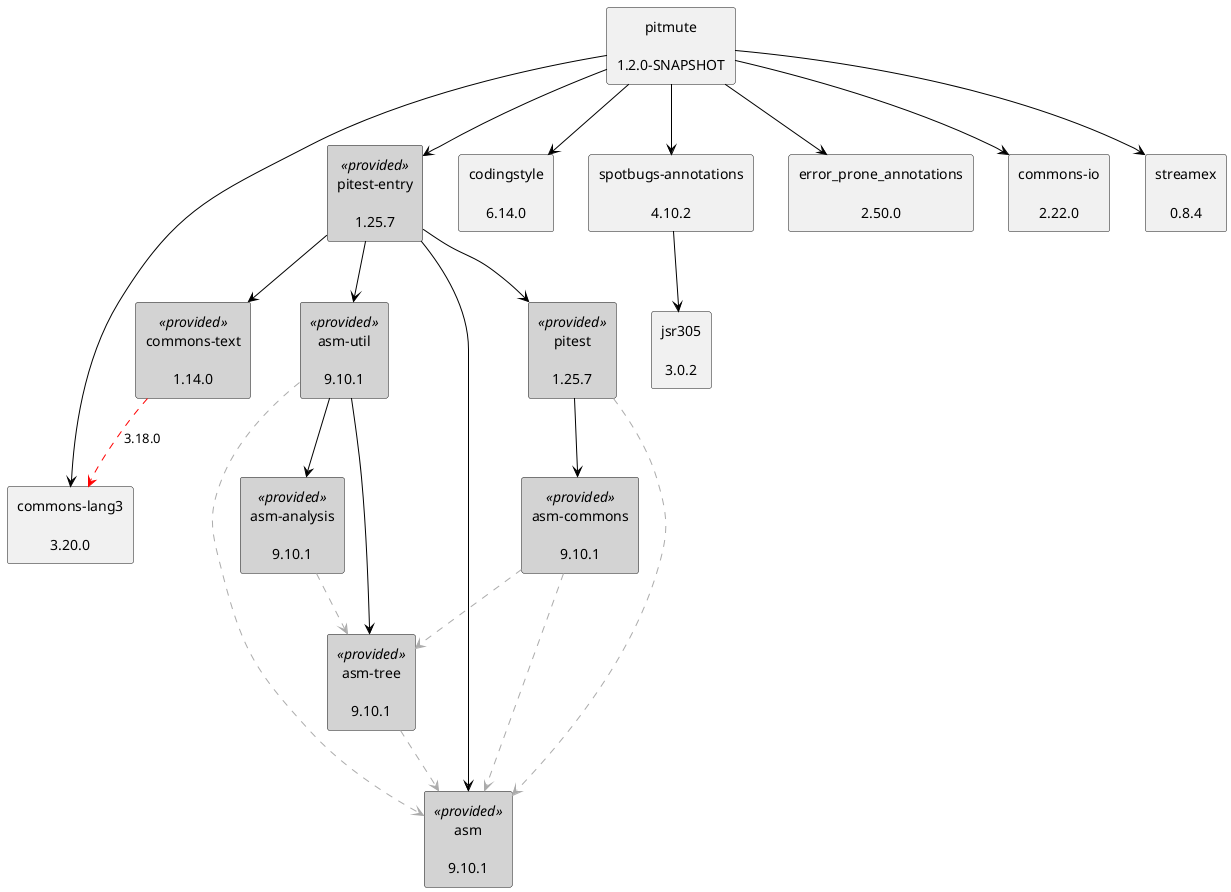
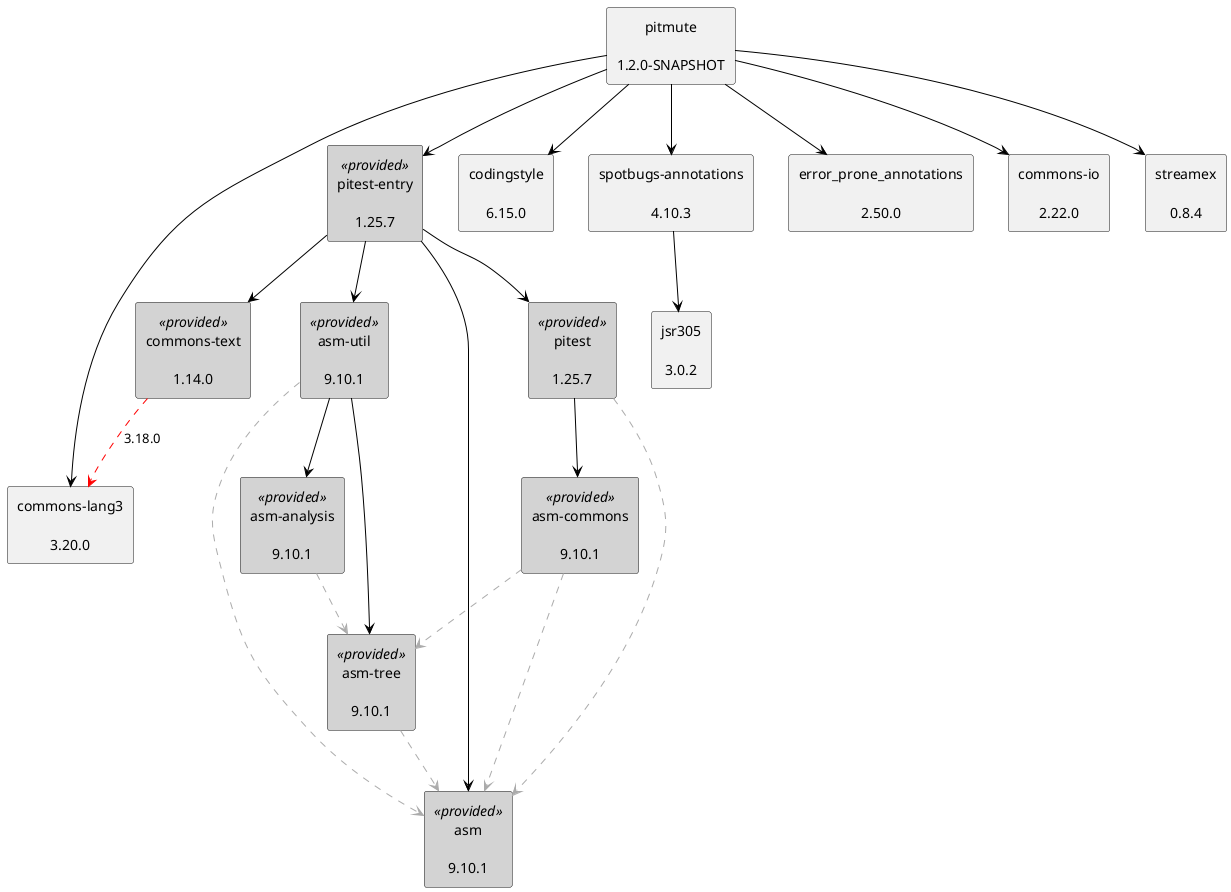
@startuml
skinparam defaultTextAlignment center
skinparam rectangle {
  BackgroundColor<<optional>> beige
  BackgroundColor<<test>> lightGreen
  BackgroundColor<<runtime>> lightBlue
  BackgroundColor<<provided>> lightGray
}
rectangle "pitest\n\n1.25.7" as org_pitest_pitest_jar<<provided>>
rectangle "asm\n\n9.10.1" as org_ow2_asm_asm_jar<<provided>>
rectangle "asm-commons\n\n9.10.1" as org_ow2_asm_asm_commons_jar<<provided>>
rectangle "asm-tree\n\n9.10.1" as org_ow2_asm_asm_tree_jar<<provided>>
rectangle "pitest-entry\n\n1.25.7" as org_pitest_pitest_entry_jar<<provided>>
rectangle "asm-util\n\n9.10.1" as org_ow2_asm_asm_util_jar<<provided>>
rectangle "asm-analysis\n\n9.10.1" as org_ow2_asm_asm_analysis_jar<<provided>>
rectangle "commons-text\n\n1.14.0" as org_apache_commons_commons_text_jar<<provided>>
rectangle "commons-lang3\n\n3.20.0" as org_apache_commons_commons_lang3_jar
rectangle "pitmute\n\n1.2.0-SNAPSHOT" as edu_hm_hafner_pitmute_jar
- rectangle "codingstyle\n\n6.14.0" as edu_hm_hafner_codingstyle_jar
- rectangle "spotbugs-annotations\n\n4.10.2" as com_github_spotbugs_spotbugs_annotations_jar
+ rectangle "codingstyle\n\n6.15.0" as edu_hm_hafner_codingstyle_jar
+ rectangle "spotbugs-annotations\n\n4.10.3" as com_github_spotbugs_spotbugs_annotations_jar
rectangle "jsr305\n\n3.0.2" as com_google_code_findbugs_jsr305_jar
rectangle "error_prone_annotations\n\n2.50.0" as com_google_errorprone_error_prone_annotations_jar
rectangle "commons-io\n\n2.22.0" as commons_io_commons_io_jar
rectangle "streamex\n\n0.8.4" as one_util_streamex_jar
org_pitest_pitest_jar .[#ABABAB].> org_ow2_asm_asm_jar
org_ow2_asm_asm_commons_jar .[#ABABAB].> org_ow2_asm_asm_jar
org_ow2_asm_asm_commons_jar .[#ABABAB].> org_ow2_asm_asm_tree_jar
org_pitest_pitest_jar -[#000000]-> org_ow2_asm_asm_commons_jar
org_pitest_pitest_entry_jar -[#000000]-> org_pitest_pitest_jar
org_pitest_pitest_entry_jar -[#000000]-> org_ow2_asm_asm_jar
org_ow2_asm_asm_util_jar .[#ABABAB].> org_ow2_asm_asm_jar
org_ow2_asm_asm_tree_jar .[#ABABAB].> org_ow2_asm_asm_jar
org_ow2_asm_asm_util_jar -[#000000]-> org_ow2_asm_asm_tree_jar
org_ow2_asm_asm_analysis_jar .[#ABABAB].> org_ow2_asm_asm_tree_jar
org_ow2_asm_asm_util_jar -[#000000]-> org_ow2_asm_asm_analysis_jar
org_pitest_pitest_entry_jar -[#000000]-> org_ow2_asm_asm_util_jar
org_apache_commons_commons_text_jar .[#FF0000].> org_apache_commons_commons_lang3_jar: 3.18.0
org_pitest_pitest_entry_jar -[#000000]-> org_apache_commons_commons_text_jar
edu_hm_hafner_pitmute_jar -[#000000]-> org_pitest_pitest_entry_jar
edu_hm_hafner_pitmute_jar -[#000000]-> edu_hm_hafner_codingstyle_jar
com_github_spotbugs_spotbugs_annotations_jar -[#000000]-> com_google_code_findbugs_jsr305_jar
edu_hm_hafner_pitmute_jar -[#000000]-> com_github_spotbugs_spotbugs_annotations_jar
edu_hm_hafner_pitmute_jar -[#000000]-> com_google_errorprone_error_prone_annotations_jar
edu_hm_hafner_pitmute_jar -[#000000]-> org_apache_commons_commons_lang3_jar
edu_hm_hafner_pitmute_jar -[#000000]-> commons_io_commons_io_jar
edu_hm_hafner_pitmute_jar -[#000000]-> one_util_streamex_jar
@enduml